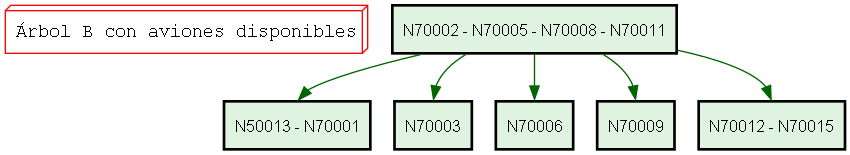
Josue013/202202481_EDD_Proyecto keeps this Graphviz diagram as Reportes/Arbolb_aviones_disponibles.png. Above is the earlier version. Its source is kept beside it as Reportes/Arbolb_aviones_disponibles.dot.
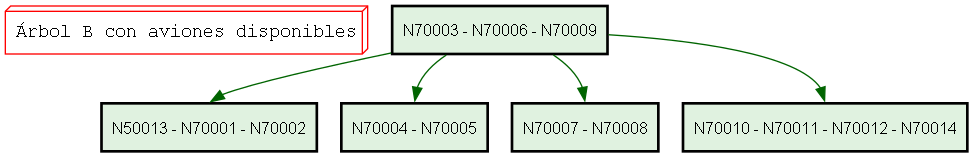
The same diagram one commit later.

The edit, as a diff of the source:
```diff
@@ -1,15 +1,13 @@
 digraph G {
     node [shape=record];
-Titulo [fontname="Courier New", color=red shape=box3d label="Árbol B con aviones disponibles"];
-    nodo0 [label="N70002 - N70005 - N70008 - N70011", shape=box, style=filled, fillcolor="#e0f2e0", fontname="Arial", fontsize=12, penwidth=2.0];
-    nodo1 [label="N50013 - N70001", shape=box, style=filled, fillcolor="#e0f2e0", fontname="Arial", fontsize=12, penwidth=2.0];
-    nodo0 -> nodo1:n [color="#006400"];
-    nodo2 [label="N70003", shape=box, style=filled, fillcolor="#e0f2e0", fontname="Arial", fontsize=12, penwidth=2.0];
-    nodo0 -> nodo2:n [color="#006400"];
-    nodo3 [label="N70006", shape=box, style=filled, fillcolor="#e0f2e0", fontname="Arial", fontsize=12, penwidth=2.0];
-    nodo0 -> nodo3:n [color="#006400"];
-    nodo4 [label="N70009", shape=box, style=filled, fillcolor="#e0f2e0", fontname="Arial", fontsize=12, penwidth=2.0];
-    nodo0 -> nodo4:n [color="#006400"];
-    nodo5 [label="N70012 - N70015", shape=box, style=filled, fillcolor="#e0f2e0", fontname="Arial", fontsize=12, penwidth=2.0];
-    nodo0 -> nodo5:n [color="#006400"];
+    Titulo [fontname="Courier New", color=red, shape=box3d, label="Árbol B con aviones disponibles"];
+    0[label="N70003 - N70006 - N70009", shape=record, style=filled, fillcolor="#e0f2e0", fontname="Arial", fontsize=12, penwidth=2.0];
+    0 -> 1 [color="#006400", headport="n"];
+    1[label="N50013 - N70001 - N70002", shape=record, style=filled, fillcolor="#e0f2e0", fontname="Arial", fontsize=12, penwidth=2.0];
+    0 -> 2 [color="#006400", headport="n"];
+    2[label="N70004 - N70005", shape=record, style=filled, fillcolor="#e0f2e0", fontname="Arial", fontsize=12, penwidth=2.0];
+    0 -> 3 [color="#006400", headport="n"];
+    3[label="N70007 - N70008", shape=record, style=filled, fillcolor="#e0f2e0", fontname="Arial", fontsize=12, penwidth=2.0];
+    0 -> 4 [color="#006400", headport="n"];
+    4[label="N70010 - N70011 - N70012 - N70014", shape=record, style=filled, fillcolor="#e0f2e0", fontname="Arial", fontsize=12, penwidth=2.0];
 }
```
